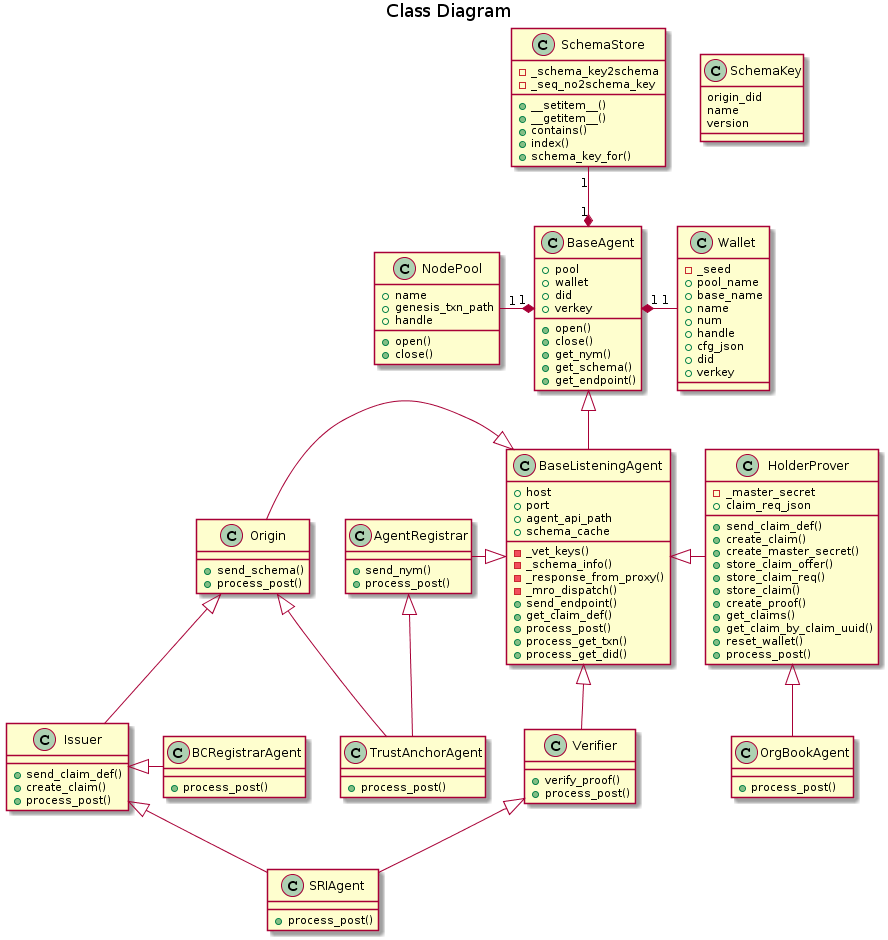
This is doc/pic/class.png from PSPC-SPAC-buyandsell/von_base, a PlantUML export, as it was before one commit.
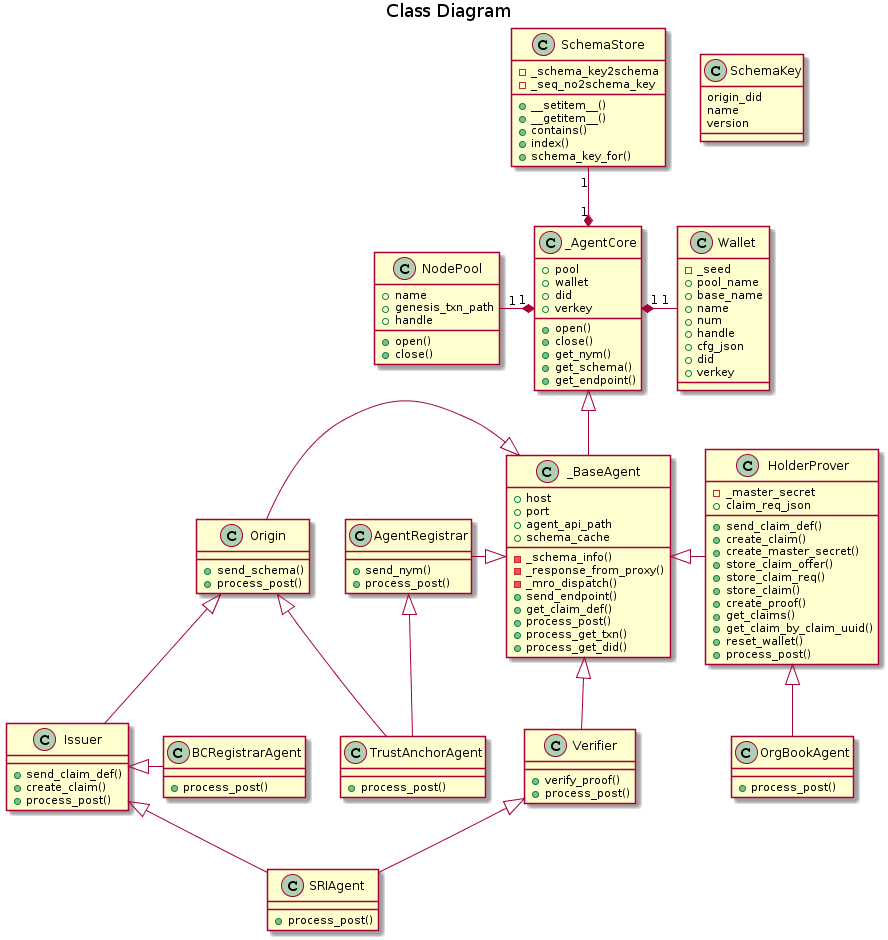
After the commit.

What changed in the source:
```diff
@@ -38,7 +38,7 @@
     +close()
 }
 
-class BaseAgent {
+class _AgentCore {
     +pool
     +wallet
     +did
@@ -50,12 +50,11 @@
     +get_endpoint()
 }
 
-class BaseListeningAgent {
+class _BaseAgent {
     +host
     +port
     +agent_api_path
     +schema_cache
-    -_vet_keys()
     -_schema_info()
     -_response_from_proxy()
     -_mro_dispatch()
@@ -119,15 +118,15 @@
     +process_post()
 }
 
-BaseAgent "1" *-up- "1" SchemaStore
-BaseAgent "1" *-left- "1" NodePool
-BaseAgent "1" *-right- "1" Wallet
+_AgentCore "1" *-up- "1" SchemaStore
+_AgentCore "1" *-left- "1" NodePool
+_AgentCore "1" *-right- "1" Wallet
 
-BaseAgent <|-down- BaseListeningAgent
-BaseListeningAgent <|-left- AgentRegistrar
-BaseListeningAgent <|-left- Origin
-BaseListeningAgent <|-right- HolderProver
-BaseListeningAgent <|-right- Verifier
+_AgentCore <|-down- _BaseAgent
+_BaseAgent <|-left- AgentRegistrar
+_BaseAgent <|-left- Origin
+_BaseAgent <|-right- HolderProver
+_BaseAgent <|-right- Verifier
 
 AgentRegistrar <|-down- TrustAnchorAgent
 Origin <|-down- TrustAnchorAgent
```
